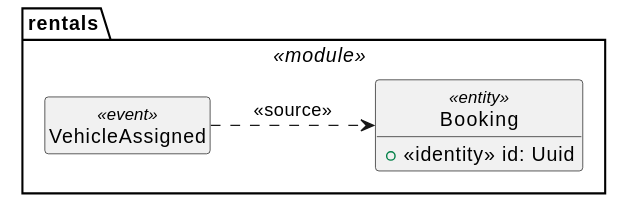
The PlantUML diagram docs/uml-ex-event.svg in sdm-lang/tree-sitter-sdml, before a commit.
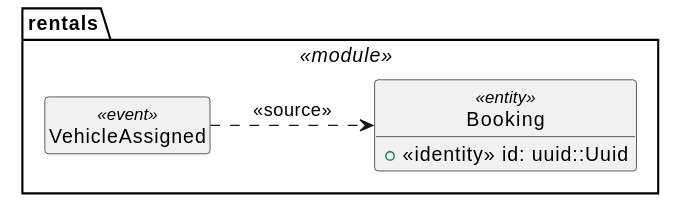
After the change.

What changed in the source:
```diff
@@ -10,7 +10,7 @@
 package rentals <<module>> {
     class VehicleAssigned <<event>> {}
     class Booking <<entity>> {
-        + <<identity>> id: Uuid
+        + <<identity>> id: uuid::Uuid
     }
     VehicleAssigned .r.> Booking: <<source>>
 }
```
